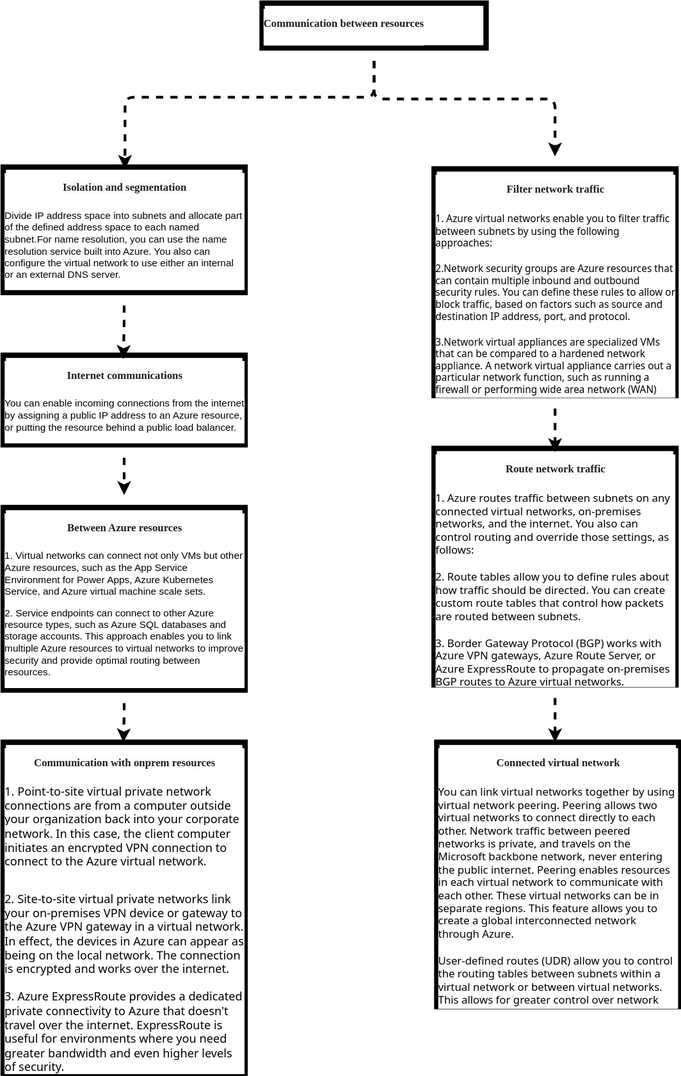
Above: azure/fundamentals/Azure.communications.drawio.svg in sunnybharne/draw.io (draw.io), before the change. Source tidied: cells renumbered, new cells last; positions are measured from the earlier drawing's top-left corner, leaving out a move shared by most shapes.
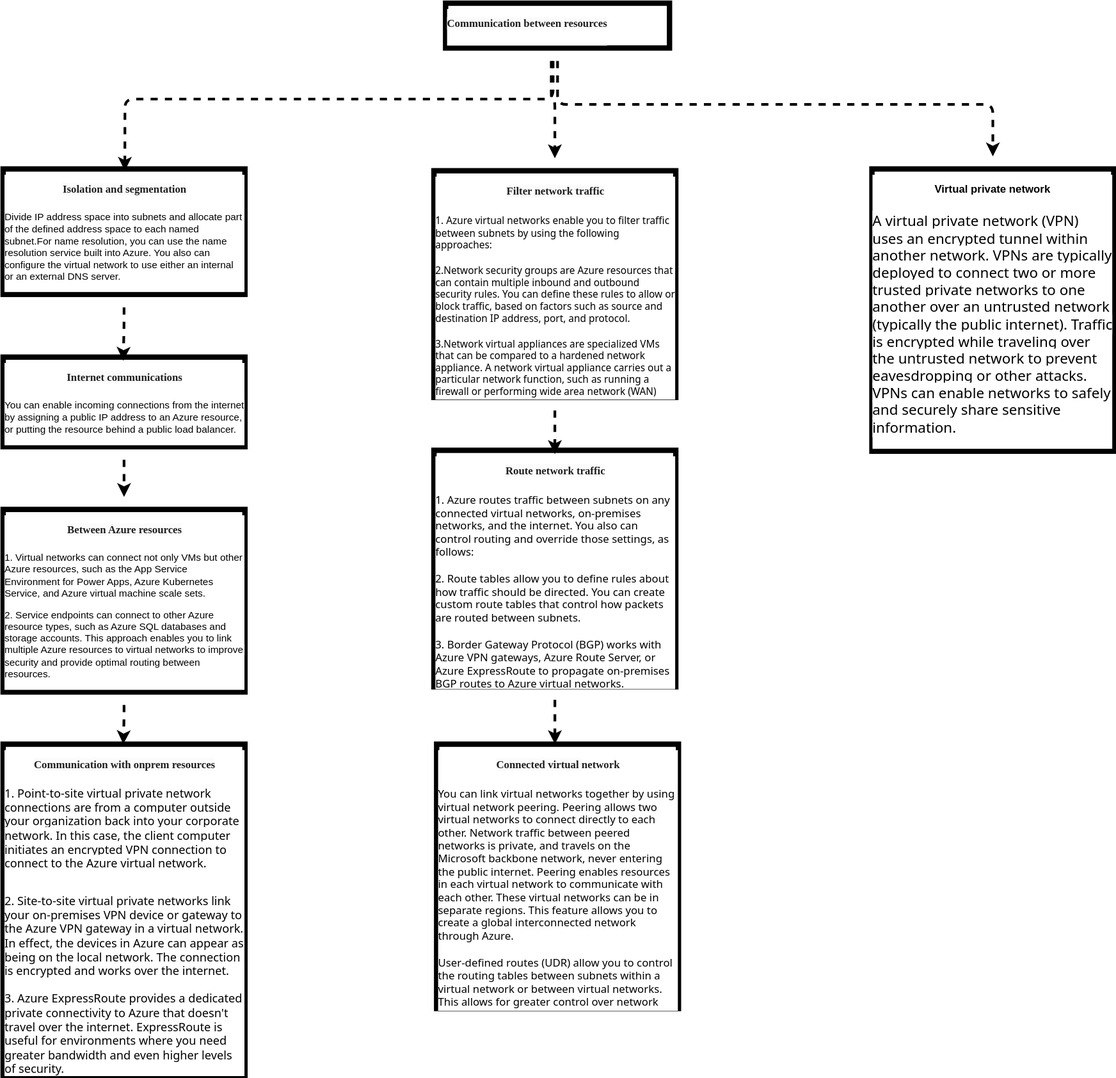
After the change.

The edit, as a diff of the source:
```diff
@@ -26,13 +26,21 @@
     <mxCell id="8" style="edgeStyle=orthogonalEdgeStyle;shape=connector;curved=0;rounded=1;jettySize=auto;html=1;strokeColor=default;strokeWidth=3;align=center;verticalAlign=middle;fontFamily=Helvetica;fontSize=11;fontColor=default;labelBackgroundColor=default;endArrow=classic;flowAnimation=1;" parent="1" edge="1" source="9" target="10">
       <mxGeometry relative="1" as="geometry">
         <Array as="points">
-          <mxPoint x="414" y="107" />
+          <mxPoint x="612" y="107" />
           <mxPoint x="616" y="107" />
         </Array>
       </mxGeometry>
     </mxCell>
+    <mxCell id="18" style="edgeStyle=orthogonalEdgeStyle;shape=connector;curved=0;rounded=1;jettySize=auto;html=1;strokeColor=default;strokeWidth=3;align=center;verticalAlign=middle;fontFamily=Helvetica;fontSize=11;fontColor=default;labelBackgroundColor=default;endArrow=classic;flowAnimation=1;" parent="1" edge="1" source="9" target="19">
+      <mxGeometry relative="1" as="geometry">
+        <Array as="points">
+          <mxPoint x="619" y="111" />
+          <mxPoint x="1105" y="111" />
+        </Array>
+      </mxGeometry>
+    </mxCell>
     <mxCell id="9" value="&lt;h1 style=&quot;margin-top: 0px;&quot;&gt;&lt;span style=&quot;caret-color: rgb(31, 31, 31); color: rgb(31, 31, 31); font-family: Verdana; font-size: 12px; text-align: center; white-space: pre-wrap; background-color: rgb(251, 251, 251);&quot;&gt;Communication between resources&lt;/span&gt;&lt;br&gt;&lt;/h1&gt;" style="text;html=1;whiteSpace=wrap;overflow=hidden;rounded=0;fontFamily=Helvetica;fontSize=11;fontColor=default;labelBackgroundColor=default;strokeWidth=6;fillColor=none;strokeColor=default;perimeterSpacing=14;" parent="1" vertex="1">
-      <mxGeometry x="289" width="250" height="50" as="geometry" />
+      <mxGeometry x="494" y="-2" width="250" height="50" as="geometry" />
     </mxCell>
     <mxCell id="10" value="&lt;h1 style=&quot;text-align: center; margin-top: 0px;&quot;&gt;&lt;span style=&quot;caret-color: rgb(31, 31, 31); color: rgb(31, 31, 31); font-family: Verdana; font-size: 12px; white-space: pre-wrap; background-color: rgb(251, 251, 251);&quot;&gt;Filter network traffic&lt;/span&gt;&lt;br&gt;&lt;/h1&gt;&lt;p style=&quot;box-sizing: inherit; outline-color: inherit; margin: 1rem 0px 0px; padding: 0px; overflow-wrap: break-word; caret-color: rgb(230, 230, 230); font-family: &amp;quot;Segoe UI&amp;quot;, SegoeUI, &amp;quot;Helvetica Neue&amp;quot;, Helvetica, Arial, sans-serif;&quot;&gt;&lt;font style=&quot;font-size: 11px;&quot;&gt;1. Azure virtual networks enable you to filter traffic between subnets by using the following approaches:&lt;/font&gt;&lt;/p&gt;&lt;p style=&quot;box-sizing: inherit; outline-color: inherit; margin: 1rem 0px 0px; padding: 0px; overflow-wrap: break-word; caret-color: rgb(230, 230, 230); font-family: &amp;quot;Segoe UI&amp;quot;, SegoeUI, &amp;quot;Helvetica Neue&amp;quot;, Helvetica, Arial, sans-serif;&quot;&gt;2.Network security groups are Azure resources that can contain multiple inbound and outbound security rules. You can define these rules to allow or block traffic, based on factors such as source and destination IP address, port, and protocol.&lt;/p&gt;&lt;p style=&quot;box-sizing: inherit; outline-color: inherit; margin: 1rem 0px 0px; padding: 0px; overflow-wrap: break-word; caret-color: rgb(230, 230, 230); font-family: &amp;quot;Segoe UI&amp;quot;, SegoeUI, &amp;quot;Helvetica Neue&amp;quot;, Helvetica, Arial, sans-serif;&quot;&gt;3.Network virtual appliances are specialized VMs that can be compared to a hardened network appliance. A network virtual appliance carries out a particular network function, such as running a firewall or performing wide area network (WAN) optimization.&lt;/p&gt;" style="text;html=1;whiteSpace=wrap;overflow=hidden;rounded=0;fontFamily=Helvetica;fontSize=11;fontColor=default;labelBackgroundColor=default;strokeWidth=6;fillColor=none;strokeColor=default;perimeterSpacing=14;" parent="1" vertex="1">
       <mxGeometry x="481" y="185" width="270" height="253" as="geometry" />
@@ -52,7 +60,7 @@
     <mxCell id="15" style="edgeStyle=orthogonalEdgeStyle;shape=connector;curved=0;rounded=1;jettySize=auto;html=1;entryX=0.503;entryY=0.095;entryDx=0;entryDy=0;entryPerimeter=0;strokeColor=default;strokeWidth=3;align=center;verticalAlign=middle;fontFamily=Helvetica;fontSize=11;fontColor=default;labelBackgroundColor=default;endArrow=classic;flowAnimation=1;" parent="1" edge="1" source="9" target="3">
       <mxGeometry relative="1" as="geometry">
         <Array as="points">
-          <mxPoint x="414" y="105" />
+          <mxPoint x="614" y="105" />
           <mxPoint x="136" y="105" />
         </Array>
       </mxGeometry>
@@ -63,5 +71,8 @@
     <mxCell id="17" style="edgeStyle=orthogonalEdgeStyle;shape=connector;curved=0;rounded=1;jettySize=auto;html=1;entryX=0.49;entryY=0.043;entryDx=0;entryDy=0;entryPerimeter=0;strokeColor=default;strokeWidth=3;align=center;verticalAlign=middle;fontFamily=Helvetica;fontSize=11;fontColor=default;labelBackgroundColor=default;endArrow=classic;flowAnimation=1;" parent="1" edge="1" source="11" target="12">
       <mxGeometry relative="1" as="geometry" />
     </mxCell>
+    <mxCell id="19" value="&lt;h1 style=&quot;margin-top: 0px;&quot;&gt;&lt;font style=&quot;font-size: 12px;&quot;&gt;Virtual private network&lt;/font&gt;&lt;/h1&gt;&lt;div&gt;&lt;font style=&quot;font-size: 12px;&quot;&gt;&lt;p style=&quot;font-size: 11px; text-align: left; box-sizing: inherit; outline-color: inherit; margin: 1rem 0px 0px; padding: 0px; overflow-wrap: break-word; caret-color: rgb(230, 230, 230); font-family: &amp;quot;Segoe UI&amp;quot;, SegoeUI, &amp;quot;Helvetica Neue&amp;quot;, Helvetica, Arial, sans-serif;&quot;&gt;&lt;span style=&quot;font-size: 16px; background-color: rgb(255, 255, 255);&quot;&gt;A virtual private network (VPN) uses an encrypted tunnel within another network. VPNs are typically deployed to connect two or more trusted private networks to one another over an untrusted network (typically the public internet). Traffic is encrypted while traveling over the untrusted network to prevent eavesdropping or other attacks. VPNs can enable networks to safely and securely share sensitive information.&lt;/span&gt;&lt;br&gt;&lt;/p&gt;&lt;div&gt;&lt;br&gt;&lt;/div&gt;&lt;/font&gt;&lt;/div&gt;" style="text;html=1;whiteSpace=wrap;overflow=hidden;rounded=0;fontFamily=Helvetica;fontSize=11;fontColor=default;labelBackgroundColor=default;strokeWidth=6;fillColor=none;strokeColor=default;perimeterSpacing=14;align=center;" parent="1" vertex="1">
+      <mxGeometry x="970" y="183" width="270" height="315" as="geometry" />
+    </mxCell>
   </root>
 </mxGraphModel>
```
